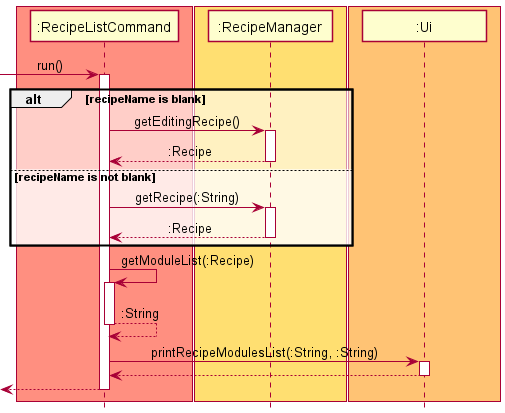
rizemon/tp keeps this PlantUML diagram as docs/images/dg/RecipeListCommand.png. Above is the earlier version. Its diagram source:
```plantuml
@startuml
!include ../../Style.puml

box LOGIC_COLOR
Participant ":RecipeListCommand" as RecipeListCommand
end box
box RECIPE_COLOR
Participant ":RecipeManager" as RecipeManager
end box
box UI_COLOR
Participant ":Ui" as Ui
end box

-> RecipeListCommand: run()
activate RecipeListCommand

alt recipeName is blank
  RecipeListCommand -> RecipeManager: getEditingRecipe()
  activate RecipeManager
  RecipeListCommand <-- RecipeManager: :Recipe
  deactivate RecipeManager
else recipeName is not blank
  RecipeListCommand -> RecipeManager: getRecipe(:String)
  activate RecipeManager
  RecipeListCommand <-- RecipeManager: :Recipe
  deactivate RecipeManager
end

RecipeListCommand -> RecipeListCommand: getModuleList(:Recipe)
activate RecipeListCommand
RecipeListCommand --> RecipeListCommand: :String
deactivate RecipeListCommand

RecipeListCommand -> Ui: printRecipeModulesList(:String, :String)
activate Ui
RecipeListCommand <-- Ui
deactivate Ui

<-- RecipeListCommand
deactivate RecipeListCommand

@enduml
```
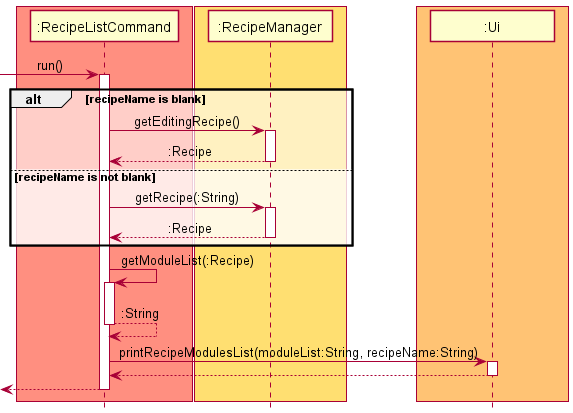
The same diagram one commit later.

What changed in the source:
```diff
@@ -31,7 +31,7 @@
 RecipeListCommand --> RecipeListCommand: :String
 deactivate RecipeListCommand
 
-RecipeListCommand -> Ui: printRecipeModulesList(:String, :String)
+RecipeListCommand -> Ui: printRecipeModulesList(moduleList:String, recipeName:String)
 activate Ui
 RecipeListCommand <-- Ui
 deactivate Ui
```
